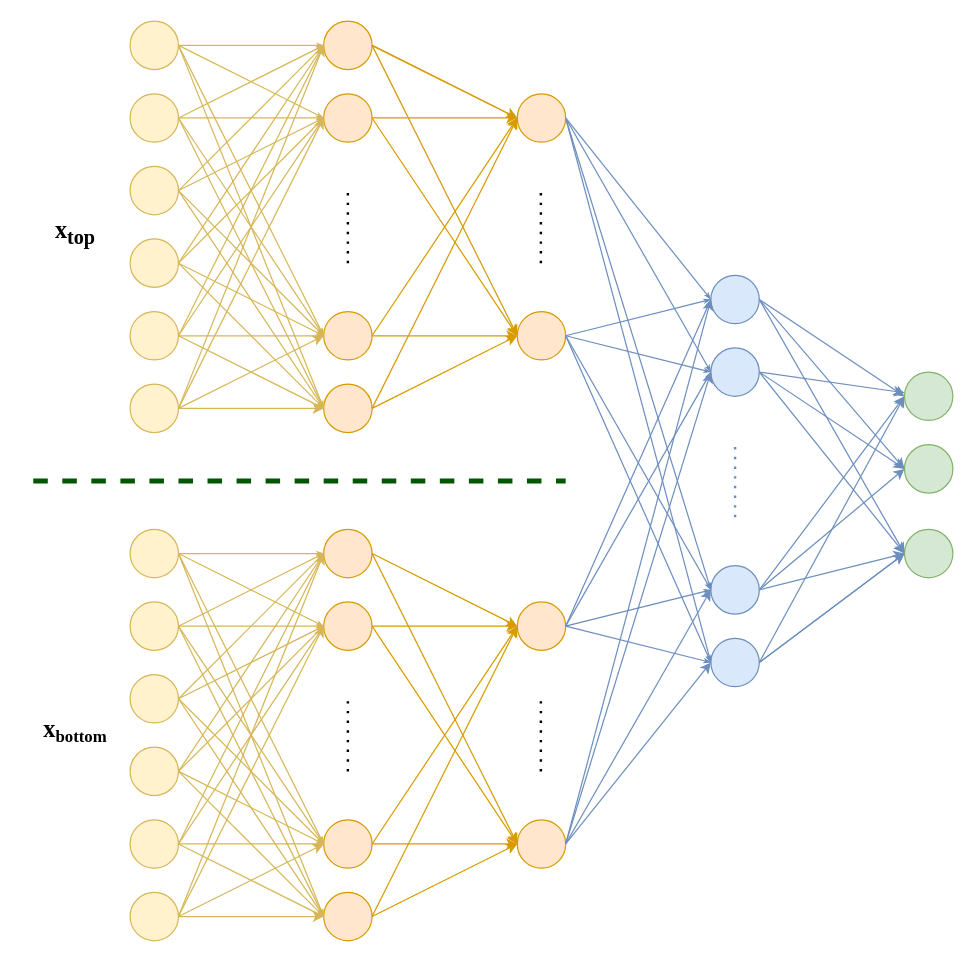
Earlier version of the draw.io diagram txt/misc/NN.drawio (AGH-CEAI/AQML4MSC). Source tidied: cells renumbered, new cells numbered last; positions are measured from the earlier drawing's top-left corner, leaving out a move shared by most shapes. Both pictures are drawn from the tidied source at 121%, with x=0, y=0 at pixel (21, 21).
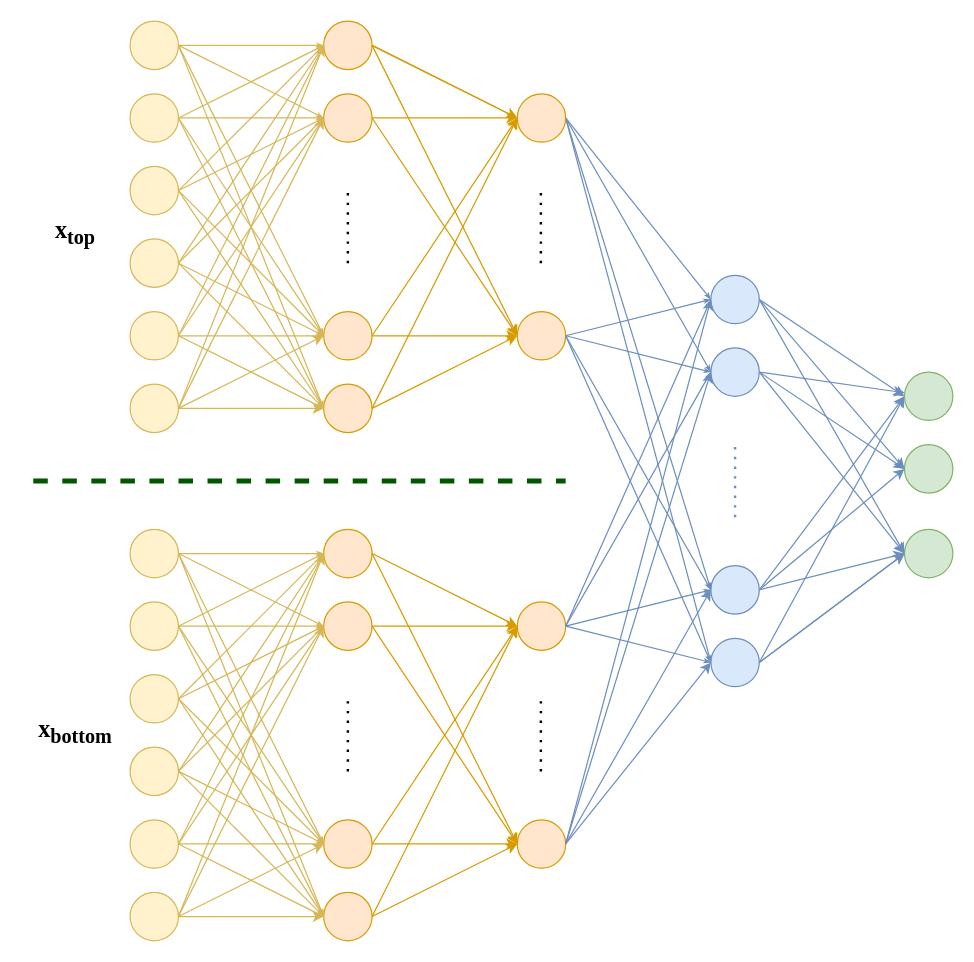
The same diagram, later.

Commit message (it also covers changes not shown here):
Add paper introduction and diagram

Change to the diagram source:
```diff
@@
-    <mxCell id="133" value="&lt;h4 style=&quot;forced-color-adjust: none; color: rgb(0, 0, 0); font-family: Helvetica; font-size: 12px; font-style: normal; font-variant-ligatures: normal; font-variant-caps: normal; letter-spacing: normal; orphans: 2; text-indent: 0px; text-transform: none; widows: 2; word-spacing: 0px; -webkit-text-stroke-width: 0px; white-space: normal; text-decoration-thickness: initial; text-decoration-style: initial; text-decoration-color: initial;&quot;&gt;&lt;span&gt;&lt;font face=&quot;Times New Roman&quot; style=&quot;forced-color-adjust: none; font-size: 20px;&quot;&gt;x&lt;/font&gt;&lt;font face=&quot;Times New Roman&quot; style=&quot;forced-color-adjust: none; font-size: 16.6667px;&quot;&gt;&lt;sub style=&quot;forced-color-adjust: none;&quot;&gt;bottom&lt;/sub&gt;&lt;/font&gt;&lt;/span&gt;&lt;/h4&gt;" style="text;whiteSpace=wrap;html=1;align=center;" parent="1" vertex="1">
+    <mxCell id="133" value="&lt;h4&gt;&lt;font style=&quot;font-size: 20px;&quot; face=&quot;Times New Roman&quot;&gt;x&lt;sub&gt;bottom&lt;/sub&gt;&lt;/font&gt;&lt;/h4&gt;" style="text;whiteSpace=wrap;html=1;align=center;" parent="1" vertex="1">
       <mxGeometry y="550" width="90" height="60" as="geometry" />
     </mxCell>
```
